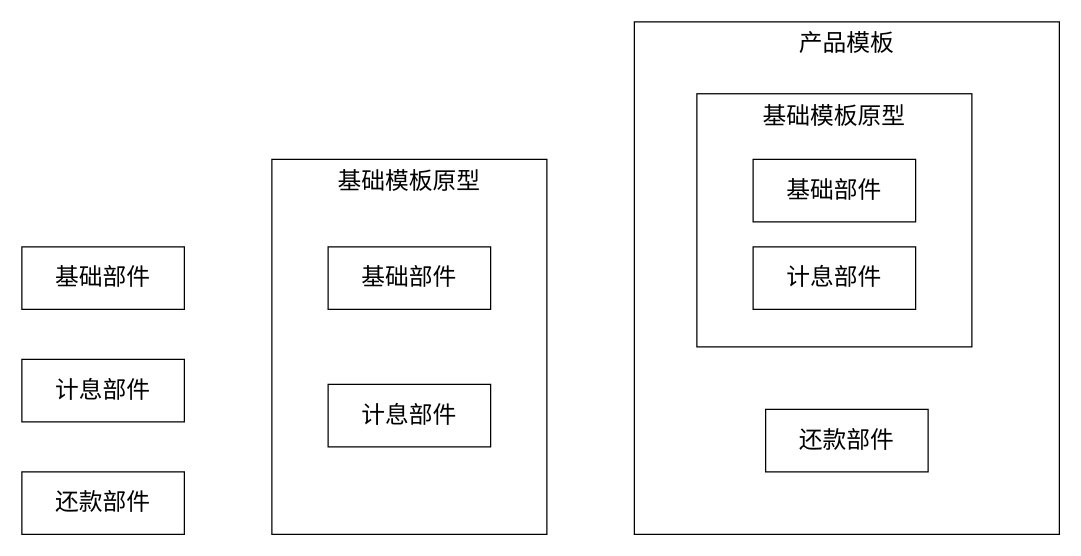
Before: 产品.drawio in paidaxingz/draw.io, a draw.io diagram. Source tidied: cells renumbered, new cells numbered last; positions are measured from the earlier drawing's top-left corner, leaving out a move shared by most shapes. Both pictures are drawn from the tidied source at 125%, with x=0, y=0 at pixel (21, 21).
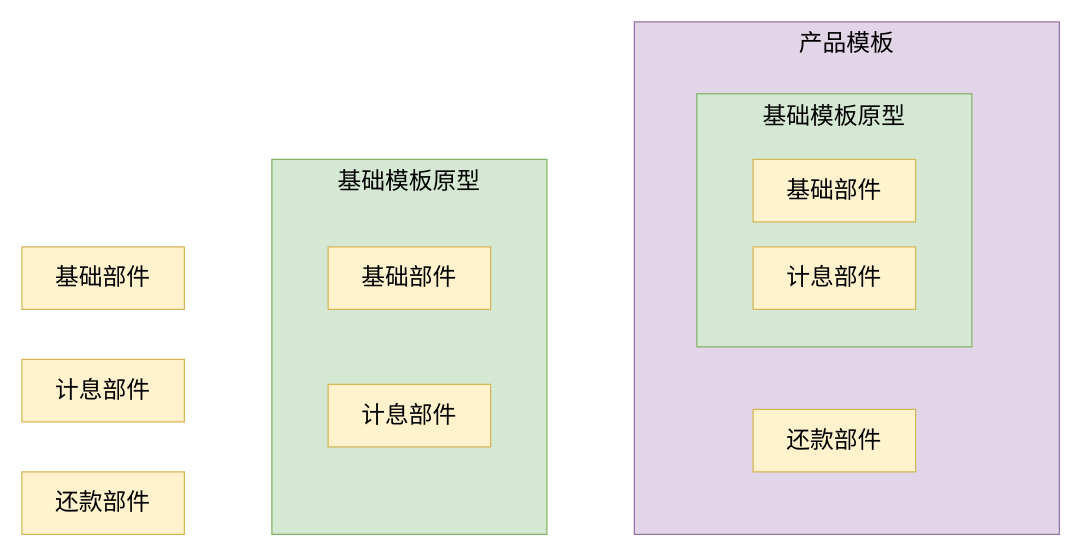
The same page after the edit.

What changed in the source:
```diff
@@
 <mxGraphModel>
   <root>
     <mxCell id="0" />
     <mxCell id="1" parent="0" />
-    <mxCell id="2" value="产品模板" style="rounded=0;whiteSpace=wrap;html=1;verticalAlign=top;fontSize=19;" parent="1" vertex="1">
+    <mxCell id="2" value="产品模板" style="rounded=0;whiteSpace=wrap;html=1;verticalAlign=top;fontSize=19;fillColor=#e1d5e7;strokeColor=#9673a6;" parent="1" vertex="1">
       <mxGeometry x="490" width="340" height="410" as="geometry" />
     </mxCell>
-    <mxCell id="3" value="基础部件" style="rounded=0;whiteSpace=wrap;html=1;fontSize=19;" parent="1" vertex="1">
+    <mxCell id="3" value="基础部件" style="rounded=0;whiteSpace=wrap;html=1;fontSize=19;fillColor=#fff2cc;strokeColor=#d6b656;" parent="1" vertex="1">
       <mxGeometry y="180" width="130" height="50" as="geometry" />
     </mxCell>
-    <mxCell id="4" value="计息部件" style="rounded=0;whiteSpace=wrap;html=1;fontSize=19;" parent="1" vertex="1">
+    <mxCell id="4" value="计息部件" style="rounded=0;whiteSpace=wrap;html=1;fontSize=19;fillColor=#fff2cc;strokeColor=#d6b656;" parent="1" vertex="1">
       <mxGeometry y="270" width="130" height="50" as="geometry" />
     </mxCell>
-    <mxCell id="5" value="还款部件" style="rounded=0;whiteSpace=wrap;html=1;fontSize=19;" parent="1" vertex="1">
+    <mxCell id="5" value="还款部件" style="rounded=0;whiteSpace=wrap;html=1;fontSize=19;fillColor=#fff2cc;strokeColor=#d6b656;" parent="1" vertex="1">
       <mxGeometry y="360" width="130" height="50" as="geometry" />
     </mxCell>
-    <mxCell id="6" value="基础模板原型" style="rounded=0;whiteSpace=wrap;html=1;verticalAlign=top;fontSize=19;" parent="1" vertex="1">
+    <mxCell id="6" value="基础模板原型" style="rounded=0;whiteSpace=wrap;html=1;verticalAlign=top;fontSize=19;fillColor=#d5e8d4;strokeColor=#82b366;" parent="1" vertex="1">
       <mxGeometry x="200" y="110" width="220" height="300" as="geometry" />
     </mxCell>
-    <mxCell id="7" value="基础部件" style="rounded=0;whiteSpace=wrap;html=1;fontSize=19;" parent="1" vertex="1">
+    <mxCell id="7" value="基础部件" style="rounded=0;whiteSpace=wrap;html=1;fontSize=19;fillColor=#fff2cc;strokeColor=#d6b656;" parent="1" vertex="1">
       <mxGeometry x="245" y="180" width="130" height="50" as="geometry" />
     </mxCell>
-    <mxCell id="8" value="计息部件" style="rounded=0;whiteSpace=wrap;html=1;fontSize=19;" parent="1" vertex="1">
+    <mxCell id="8" value="计息部件" style="rounded=0;whiteSpace=wrap;html=1;fontSize=19;fillColor=#fff2cc;strokeColor=#d6b656;" parent="1" vertex="1">
       <mxGeometry x="245" y="290" width="130" height="50" as="geometry" />
     </mxCell>
-    <mxCell id="9" value="基础模板原型" style="rounded=0;whiteSpace=wrap;html=1;verticalAlign=top;fontSize=19;" parent="1" vertex="1">
+    <mxCell id="9" value="基础模板原型" style="rounded=0;whiteSpace=wrap;html=1;verticalAlign=top;fontSize=19;fillColor=#d5e8d4;strokeColor=#82b366;" parent="1" vertex="1">
       <mxGeometry x="540" y="57.5" width="220" height="202.5" as="geometry" />
     </mxCell>
-    <mxCell id="10" value="基础部件" style="rounded=0;whiteSpace=wrap;html=1;fontSize=19;" parent="1" vertex="1">
+    <mxCell id="10" value="基础部件" style="rounded=0;whiteSpace=wrap;html=1;fontSize=19;fillColor=#fff2cc;strokeColor=#d6b656;" parent="1" vertex="1">
       <mxGeometry x="585" y="110" width="130" height="50" as="geometry" />
     </mxCell>
-    <mxCell id="11" value="计息部件" style="rounded=0;whiteSpace=wrap;html=1;fontSize=19;" parent="1" vertex="1">
+    <mxCell id="11" value="计息部件" style="rounded=0;whiteSpace=wrap;html=1;fontSize=19;fillColor=#fff2cc;strokeColor=#d6b656;" parent="1" vertex="1">
       <mxGeometry x="585" y="180" width="130" height="50" as="geometry" />
     </mxCell>
-    <mxCell id="12" value="还款部件" style="rounded=0;whiteSpace=wrap;html=1;fontSize=19;" parent="1" vertex="1">
-      <mxGeometry x="595" y="310" width="130" height="50" as="geometry" />
+    <mxCell id="12" value="还款部件" style="rounded=0;whiteSpace=wrap;html=1;fontSize=19;fillColor=#fff2cc;strokeColor=#d6b656;" parent="1" vertex="1">
+      <mxGeometry x="585" y="310" width="130" height="50" as="geometry" />
     </mxCell>
   </root>
 </mxGraphModel>
```
